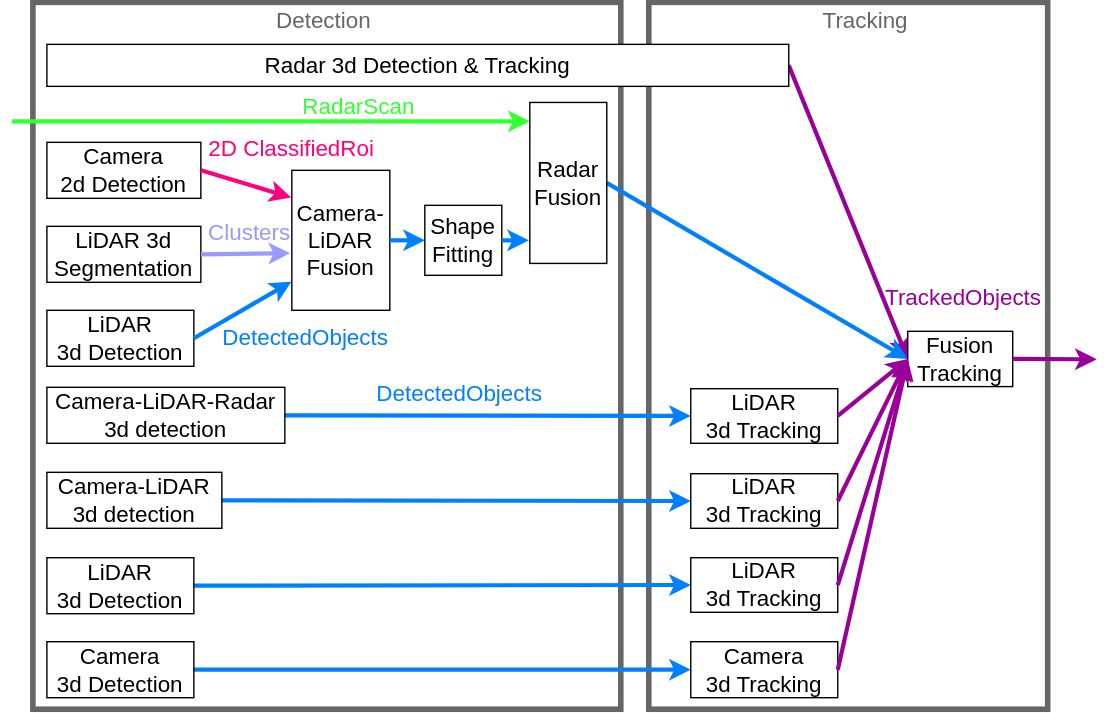
Above: perception/figure/perception_pipeline.drawio.svg in scepter914/autoware-architecture-proposal (draw.io), before the change. Source tidied: cells renumbered, new cells last; positions are measured from the earlier drawing's top-left corner, leaving out a move shared by most shapes.
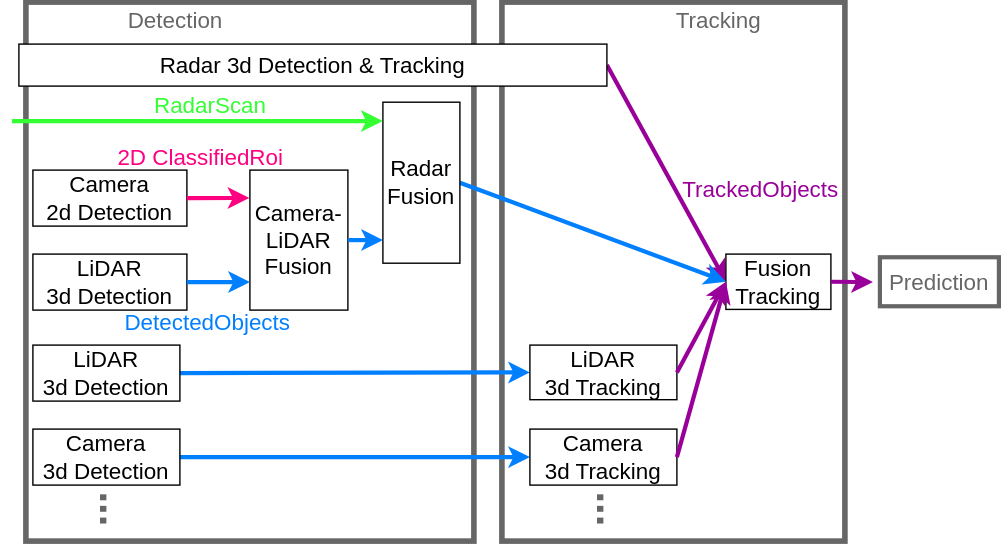
After the commit.

Commit message:
update perception pipeline figure

The edit, as a diff of the source:
```diff
@@ -3,17 +3,14 @@
     <mxCell id="0" />
     <mxCell id="1" parent="0" />
     <mxCell id="2" style="rounded=0;whiteSpace=wrap;html=1;fontSize=16;fontColor=#007FFF;strokeColor=#666666;strokeWidth=4;fillColor=none;" parent="1" vertex="1">
-      <mxGeometry x="455" width="285" height="505" as="geometry" />
+      <mxGeometry x="350" y="-20" width="245" height="385" as="geometry" />
     </mxCell>
     <mxCell id="3" style="endArrow=classic;html=1;exitX=1;exitY=0.5;exitDx=0;exitDy=0;strokeWidth=3;strokeColor=#990099;entryX=0;entryY=0.5;entryDx=0;entryDy=0;" parent="1" edge="1" source="10" target="22">
       <mxGeometry relative="1" as="geometry" />
     </mxCell>
     <mxCell id="4" style="rounded=0;whiteSpace=wrap;html=1;fontSize=16;fontColor=#007FFF;strokeColor=#666666;strokeWidth=4;fillColor=none;" parent="1" vertex="1">
-      <mxGeometry x="15" width="420" height="505" as="geometry" />
+      <mxGeometry x="10" y="-20" width="320" height="385" as="geometry" />
     </mxCell>
-    <mxCell id="5" style="endArrow=classic;html=1;exitX=1;exitY=0.5;exitDx=0;exitDy=0;strokeWidth=3;strokeColor=#007FFF;entryX=0;entryY=0.5;entryDx=0;entryDy=0;" parent="1" edge="1" source="36" target="18">
-      <mxGeometry relative="1" as="geometry" />
-    </mxCell>
     <mxCell id="6" style="endArrow=classic;html=1;exitX=1;exitY=0.5;exitDx=0;exitDy=0;strokeWidth=3;strokeColor=#007FFF;entryX=0;entryY=0.5;entryDx=0;entryDy=0;" parent="1" edge="1" source="17" target="20">
       <mxGeometry relative="1" as="geometry" />
     </mxCell>
@@ -21,65 +18,45 @@
       <mxGeometry relative="1" as="geometry" />
     </mxCell>
     <mxCell id="8" value="&lt;font style=&quot;font-size: 16px&quot;&gt;Camera&lt;br&gt;2d Detection&lt;br&gt;&lt;/font&gt;" style="rounded=0;whiteSpace=wrap;html=1;" parent="1" vertex="1">
-      <mxGeometry x="25" y="100" width="110" height="40" as="geometry" />
+      <mxGeometry x="15" y="100" width="110" height="40" as="geometry" />
     </mxCell>
-    <mxCell id="9" value="&lt;font style=&quot;font-size: 16px&quot;&gt;LiDAR 3d Segmentation&lt;br&gt;&lt;/font&gt;" style="rounded=0;whiteSpace=wrap;html=1;" parent="1" vertex="1">
-      <mxGeometry x="25" y="160" width="110" height="40" as="geometry" />
-    </mxCell>
     <mxCell id="10" value="&lt;div&gt;&lt;span style=&quot;font-size: 16px&quot;&gt;Radar 3d Detection &amp;amp; Tracking&lt;/span&gt;&lt;/div&gt;" style="rounded=0;whiteSpace=wrap;html=1;align=center;" parent="1" vertex="1">
-      <mxGeometry x="25" y="30" width="530" height="30" as="geometry" />
+      <mxGeometry x="5" y="10" width="420" height="30" as="geometry" />
     </mxCell>
-    <mxCell id="11" style="endArrow=classic;html=1;strokeWidth=3;fillColor=#60a917;strokeColor=#FF0080;exitX=1;exitY=0.5;exitDx=0;exitDy=0;entryX=-0.007;entryY=0.194;entryDx=0;entryDy=0;entryPerimeter=0;" parent="1" edge="1" source="8" target="14">
+    <mxCell id="11" style="endArrow=classic;html=1;strokeWidth=3;fillColor=#60a917;strokeColor=#FF0080;exitX=1;exitY=0.5;exitDx=0;exitDy=0;entryX=-0.005;entryY=0.199;entryDx=0;entryDy=0;entryPerimeter=0;" parent="1" edge="1" source="8" target="14">
       <mxGeometry relative="1" as="geometry" />
     </mxCell>
-    <mxCell id="12" style="endArrow=classic;html=1;strokeWidth=3;fillColor=#60a917;strokeColor=#9999FF;exitX=1;exitY=0.5;exitDx=0;exitDy=0;entryX=-0.017;entryY=0.592;entryDx=0;entryDy=0;entryPerimeter=0;" parent="1" edge="1" source="9" target="14">
-      <mxGeometry relative="1" as="geometry" />
-    </mxCell>
     <mxCell id="13" value="&lt;font style=&quot;font-size: 16px&quot;&gt;&lt;font style=&quot;font-size: 16px&quot; color=&quot;#ff0080&quot;&gt;2D ClassifiedRoi&lt;/font&gt;&lt;br&gt;&lt;/font&gt;" style="text;html=1;strokeColor=none;fillColor=none;align=center;verticalAlign=middle;whiteSpace=wrap;rounded=0;fontSize=15;" parent="1" vertex="1">
-      <mxGeometry x="135" y="95" width="130" height="18" as="geometry" />
+      <mxGeometry x="70" y="82" width="130" height="18" as="geometry" />
     </mxCell>
     <mxCell id="14" value="&lt;font&gt;&lt;font style=&quot;font-size: 16px&quot;&gt;Camera-LiDAR&lt;br&gt;Fusion&lt;/font&gt;&lt;br&gt;&lt;/font&gt;" style="rounded=0;whiteSpace=wrap;html=1;" parent="1" vertex="1">
-      <mxGeometry x="200" y="120" width="70" height="100" as="geometry" />
+      <mxGeometry x="170" y="100" width="70" height="100" as="geometry" />
     </mxCell>
-    <mxCell id="15" value="&lt;font&gt;&lt;font style=&quot;font-size: 16px&quot;&gt;Shape Fitting&lt;/font&gt;&lt;br&gt;&lt;/font&gt;" style="rounded=0;whiteSpace=wrap;html=1;" parent="1" vertex="1">
-      <mxGeometry x="295" y="145" width="55" height="50" as="geometry" />
-    </mxCell>
-    <mxCell id="16" value="&lt;font style=&quot;font-size: 16px&quot;&gt;&lt;font color=&quot;#9999ff&quot;&gt;Clusters&lt;/font&gt;&lt;br&gt;&lt;/font&gt;" style="text;html=1;strokeColor=none;fillColor=none;align=center;verticalAlign=middle;whiteSpace=wrap;rounded=0;fontSize=15;" parent="1" vertex="1">
-      <mxGeometry x="135" y="155" width="70" height="18" as="geometry" />
-    </mxCell>
     <mxCell id="17" value="&lt;font style=&quot;font-size: 16px&quot;&gt;LiDAR&lt;br&gt;3d Detection&lt;br&gt;&lt;/font&gt;" style="rounded=0;whiteSpace=wrap;html=1;" parent="1" vertex="1">
-      <mxGeometry x="25" y="396.8" width="105" height="40" as="geometry" />
+      <mxGeometry x="15" y="225" width="105" height="40" as="geometry" />
     </mxCell>
-    <mxCell id="18" value="&lt;font style=&quot;font-size: 16px&quot;&gt;LiDAR&lt;br&gt;3d Tracking&lt;br&gt;&lt;/font&gt;" style="rounded=0;whiteSpace=wrap;html=1;" parent="1" vertex="1">
-      <mxGeometry x="485" y="336.8" width="105" height="39" as="geometry" />
-    </mxCell>
     <mxCell id="19" value="&lt;font style=&quot;font-size: 16px&quot;&gt;Camera&lt;br&gt;3d Detection&lt;br&gt;&lt;/font&gt;" style="rounded=0;whiteSpace=wrap;html=1;" parent="1" vertex="1">
-      <mxGeometry x="25" y="456.8" width="105" height="40" as="geometry" />
+      <mxGeometry x="15" y="285" width="105" height="40" as="geometry" />
     </mxCell>
     <mxCell id="20" value="&lt;font style=&quot;font-size: 16px&quot;&gt;LiDAR&lt;br&gt;3d Tracking&lt;br&gt;&lt;/font&gt;" style="rounded=0;whiteSpace=wrap;html=1;" parent="1" vertex="1">
-      <mxGeometry x="485" y="396.8" width="105" height="39" as="geometry" />
+      <mxGeometry x="370" y="225" width="105" height="39" as="geometry" />
     </mxCell>
     <mxCell id="21" value="&lt;font style=&quot;font-size: 16px&quot;&gt;Camera&lt;br&gt;3d Tracking&lt;br&gt;&lt;/font&gt;" style="rounded=0;whiteSpace=wrap;html=1;" parent="1" vertex="1">
-      <mxGeometry x="485" y="456.8" width="105" height="40" as="geometry" />
+      <mxGeometry x="370" y="285" width="105" height="40" as="geometry" />
     </mxCell>
     <mxCell id="22" value="&lt;font style=&quot;font-size: 16px&quot;&gt;Fusion&lt;br&gt;Tracking&lt;br&gt;&lt;/font&gt;" style="rounded=0;whiteSpace=wrap;html=1;" parent="1" vertex="1">
-      <mxGeometry x="640" y="235" width="75" height="39.5" as="geometry" />
+      <mxGeometry x="510" y="160" width="75" height="39.5" as="geometry" />
     </mxCell>
-    <mxCell id="23" style="endArrow=classic;html=1;exitX=1;exitY=0.5;exitDx=0;exitDy=0;strokeWidth=3;strokeColor=#990099;entryX=0;entryY=0.5;entryDx=0;entryDy=0;" parent="1" edge="1" source="18" target="22">
-      <mxGeometry relative="1" as="geometry" />
-    </mxCell>
     <mxCell id="24" value="&lt;font style=&quot;font-size: 16px&quot;&gt;&lt;font color=&quot;#990099&quot;&gt;TrackedObjects&lt;/font&gt;&lt;br&gt;&lt;/font&gt;" style="text;html=1;strokeColor=none;fillColor=none;align=center;verticalAlign=middle;whiteSpace=wrap;rounded=0;fontSize=15;" parent="1" vertex="1">
-      <mxGeometry x="645" y="202" width="70" height="18" as="geometry" />
+      <mxGeometry x="500" y="105" width="70" height="18" as="geometry" />
     </mxCell>
     <mxCell id="25" style="endArrow=classic;html=1;exitX=1;exitY=0.5;exitDx=0;exitDy=0;strokeWidth=3;strokeColor=#990099;" parent="1" edge="1" source="22">
       <mxGeometry relative="1" as="geometry">
-        <mxPoint x="775" y="255" as="targetPoint" />
+        <mxPoint x="615" y="180" as="targetPoint" />
       </mxGeometry>
     </mxCell>
-    <mxCell id="26" style="endArrow=classic;html=1;exitX=1;exitY=0.5;exitDx=0;exitDy=0;strokeWidth=3;strokeColor=#990099;" parent="1" edge="1" source="20">
-      <mxGeometry relative="1" as="geometry">
-        <mxPoint x="640" y="255" as="targetPoint" />
-      </mxGeometry>
+    <mxCell id="26" style="endArrow=classic;html=1;exitX=1;exitY=0.5;exitDx=0;exitDy=0;strokeWidth=3;strokeColor=#990099;entryX=0;entryY=0.5;entryDx=0;entryDy=0;" parent="1" edge="1" source="20" target="22">
+      <mxGeometry relative="1" as="geometry" />
     </mxCell>
     <mxCell id="27" style="endArrow=classic;html=1;exitX=1;exitY=0.5;exitDx=0;exitDy=0;strokeWidth=3;strokeColor=#990099;entryX=0;entryY=0.5;entryDx=0;entryDy=0;" parent="1" edge="1" source="21" target="22">
       <mxGeometry relative="1" as="geometry" />
@@ -88,54 +65,46 @@
       <mxGeometry relative="1" as="geometry" />
     </mxCell>
     <mxCell id="29" value="&lt;font&gt;&lt;font style=&quot;font-size: 16px&quot;&gt;Radar&lt;br&gt;Fusion&lt;/font&gt;&lt;br&gt;&lt;/font&gt;" style="rounded=0;whiteSpace=wrap;html=1;" parent="1" vertex="1">
-      <mxGeometry x="370" y="71.5" width="55" height="115" as="geometry" />
+      <mxGeometry x="265" y="51.5" width="55" height="115" as="geometry" />
     </mxCell>
-    <mxCell id="30" style="endArrow=classic;html=1;exitX=1;exitY=0.5;exitDx=0;exitDy=0;strokeWidth=3;strokeColor=#007FFF;entryX=-0.012;entryY=0.856;entryDx=0;entryDy=0;entryPerimeter=0;" parent="1" edge="1" source="15" target="29">
-      <mxGeometry relative="1" as="geometry" />
-    </mxCell>
     <mxCell id="31" value="&lt;font color=&quot;#666666&quot;&gt;Detection&lt;/font&gt;" style="text;html=1;strokeColor=none;fillColor=none;align=center;verticalAlign=middle;whiteSpace=wrap;rounded=0;fontSize=16;fontColor=#007FFF;" parent="1" vertex="1">
-      <mxGeometry x="192.5" width="60" height="25" as="geometry" />
+      <mxGeometry x="87.5" y="-20" width="60" height="25" as="geometry" />
     </mxCell>
     <mxCell id="32" value="&lt;font color=&quot;#666666&quot;&gt;Tracking&lt;/font&gt;" style="text;html=1;strokeColor=none;fillColor=none;align=center;verticalAlign=middle;whiteSpace=wrap;rounded=0;fontSize=16;fontColor=#007FFF;" parent="1" vertex="1">
-      <mxGeometry x="580" width="60" height="25" as="geometry" />
+      <mxGeometry x="475" y="-20" width="60" height="25" as="geometry" />
     </mxCell>
     <mxCell id="33" value="&lt;font style=&quot;font-size: 16px&quot;&gt;&lt;font style=&quot;font-size: 16px&quot; color=&quot;#33ff33&quot;&gt;RadarScan&lt;/font&gt;&lt;br&gt;&lt;/font&gt;" style="text;html=1;strokeColor=none;fillColor=none;align=center;verticalAlign=middle;whiteSpace=wrap;rounded=0;fontSize=15;" parent="1" vertex="1">
-      <mxGeometry x="192.5" y="65" width="110" height="18" as="geometry" />
+      <mxGeometry x="87.5" y="45" width="110" height="18" as="geometry" />
     </mxCell>
     <mxCell id="34" style="endArrow=classic;html=1;strokeWidth=3;fillColor=#60a917;strokeColor=#33FF33;entryX=-0.002;entryY=0.117;entryDx=0;entryDy=0;entryPerimeter=0;" parent="1" edge="1" target="29">
       <mxGeometry relative="1" as="geometry">
-        <mxPoint y="85" as="sourcePoint" />
+        <mxPoint y="65" as="sourcePoint" />
       </mxGeometry>
     </mxCell>
-    <mxCell id="35" value="&lt;font style=&quot;font-size: 16px&quot;&gt;&lt;font color=&quot;#007fff&quot;&gt;DetectedObjects&lt;/font&gt;&lt;br&gt;&lt;/font&gt;" style="text;html=1;strokeColor=none;fillColor=none;align=center;verticalAlign=middle;whiteSpace=wrap;rounded=0;fontSize=15;" parent="1" vertex="1">
-      <mxGeometry x="285" y="270" width="70" height="18" as="geometry" />
-    </mxCell>
-    <mxCell id="36" value="&lt;font style=&quot;font-size: 16px&quot;&gt;Camera-LiDAR&amp;nbsp;&lt;br&gt;3d detection&lt;br&gt;&lt;/font&gt;" style="rounded=0;whiteSpace=wrap;html=1;" parent="1" vertex="1">
-      <mxGeometry x="25" y="335.8" width="125" height="40" as="geometry" />
-    </mxCell>
     <mxCell id="37" value="&lt;font style=&quot;font-size: 16px&quot;&gt;LiDAR&lt;br&gt;3d Detection&lt;br&gt;&lt;/font&gt;" style="rounded=0;whiteSpace=wrap;html=1;" parent="1" vertex="1">
-      <mxGeometry x="25" y="220" width="105" height="40" as="geometry" />
+      <mxGeometry x="15" y="160" width="110" height="40" as="geometry" />
     </mxCell>
-    <mxCell id="38" style="endArrow=classic;html=1;exitX=1;exitY=0.5;exitDx=0;exitDy=0;strokeWidth=3;strokeColor=#007FFF;entryX=0;entryY=0.5;entryDx=0;entryDy=0;" parent="1" edge="1" source="14" target="15">
-      <mxGeometry relative="1" as="geometry" />
+    <mxCell id="38" style="endArrow=classic;html=1;exitX=1;exitY=0.5;exitDx=0;exitDy=0;strokeWidth=3;strokeColor=#007FFF;" parent="1" edge="1" source="14">
+      <mxGeometry relative="1" as="geometry">
+        <mxPoint x="265" y="150" as="targetPoint" />
+      </mxGeometry>
     </mxCell>
-    <mxCell id="39" style="endArrow=classic;html=1;exitX=1;exitY=0.5;exitDx=0;exitDy=0;strokeWidth=3;strokeColor=#007FFF;entryX=-0.005;entryY=0.796;entryDx=0;entryDy=0;entryPerimeter=0;" parent="1" edge="1" source="37" target="14">
-      <mxGeometry relative="1" as="geometry" />
+    <mxCell id="39" style="endArrow=classic;html=1;exitX=1;exitY=0.5;exitDx=0;exitDy=0;strokeWidth=3;strokeColor=#007FFF;" parent="1" edge="1" source="37">
+      <mxGeometry relative="1" as="geometry">
+        <mxPoint x="170" y="180" as="targetPoint" />
+      </mxGeometry>
     </mxCell>
     <mxCell id="40" value="&lt;font style=&quot;font-size: 16px&quot;&gt;&lt;font color=&quot;#007fff&quot;&gt;DetectedObjects&lt;/font&gt;&lt;br&gt;&lt;/font&gt;" style="text;html=1;strokeColor=none;fillColor=none;align=center;verticalAlign=middle;whiteSpace=wrap;rounded=0;fontSize=15;" parent="1" vertex="1">
-      <mxGeometry x="175" y="230" width="70" height="18" as="geometry" />
+      <mxGeometry x="105" y="200" width="70" height="18" as="geometry" />
     </mxCell>
-    <mxCell id="41" style="endArrow=classic;html=1;exitX=1;exitY=0.5;exitDx=0;exitDy=0;strokeWidth=3;strokeColor=#007FFF;entryX=0;entryY=0.5;entryDx=0;entryDy=0;" parent="1" edge="1" source="43" target="42">
-      <mxGeometry relative="1" as="geometry" />
-    </mxCell>
-    <mxCell id="42" value="&lt;font style=&quot;font-size: 16px&quot;&gt;LiDAR&lt;br&gt;3d Tracking&lt;br&gt;&lt;/font&gt;" style="rounded=0;whiteSpace=wrap;html=1;" parent="1" vertex="1">
-      <mxGeometry x="485" y="276" width="105" height="39" as="geometry" />
-    </mxCell>
-    <mxCell id="43" value="&lt;font style=&quot;font-size: 16px&quot;&gt;Camera-LiDAR-Radar&amp;nbsp;&lt;br&gt;3d detection&lt;br&gt;&lt;/font&gt;" style="rounded=0;whiteSpace=wrap;html=1;" parent="1" vertex="1">
-      <mxGeometry x="25" y="275" width="170" height="40" as="geometry" />
-    </mxCell>
-    <mxCell id="44" style="endArrow=classic;html=1;exitX=1;exitY=0.5;exitDx=0;exitDy=0;strokeWidth=3;strokeColor=#990099;entryX=0;entryY=0.5;entryDx=0;entryDy=0;" parent="1" edge="1" source="42" target="22">
-      <mxGeometry relative="1" as="geometry" />
+    <mxCell id="44" value="&lt;font color=&quot;#666666&quot; style=&quot;font-size: 30px&quot;&gt;&lt;b&gt;...&lt;/b&gt;&lt;/font&gt;" style="text;html=1;strokeColor=none;fillColor=none;align=center;verticalAlign=middle;whiteSpace=wrap;rounded=0;fontSize=16;fontColor=#007FFF;rotation=90;" parent="1" vertex="1">
+      <mxGeometry x="45" y="330" width="60" height="25" as="geometry" />
     </mxCell>
+    <mxCell id="45" value="&lt;font color=&quot;#666666&quot; style=&quot;font-size: 30px&quot;&gt;&lt;b&gt;...&lt;/b&gt;&lt;/font&gt;" style="text;html=1;strokeColor=none;fillColor=none;align=center;verticalAlign=middle;whiteSpace=wrap;rounded=0;fontSize=16;fontColor=#007FFF;rotation=90;" parent="1" vertex="1">
+      <mxGeometry x="400" y="330" width="60" height="25" as="geometry" />
+    </mxCell>
+    <mxCell id="46" value="&lt;font color=&quot;#666666&quot;&gt;Prediction&lt;/font&gt;" style="text;html=1;strokeColor=#666666;fillColor=none;align=center;verticalAlign=middle;whiteSpace=wrap;rounded=0;fontSize=16;fontColor=#007FFF;strokeWidth=3;" parent="1" vertex="1">
+      <mxGeometry x="620" y="162.2" width="85" height="35" as="geometry" />
+    </mxCell>
   </root>
 </mxGraphModel>
```
